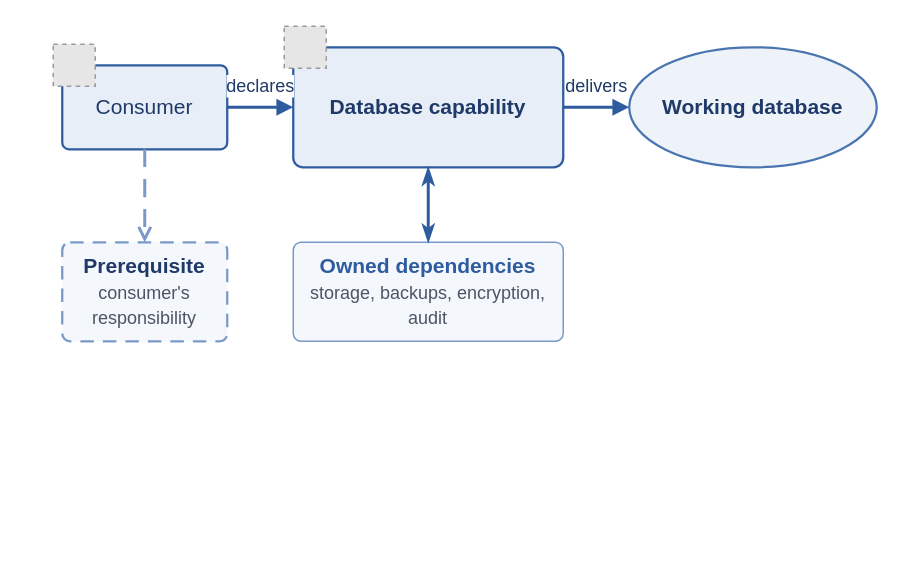
This is diagrams/factor-3-encapsulated-dependencies.drawio from missBerg/platform-capabilities, a draw.io file, before an edit. Source tidied: cells renumbered, new cells numbered last; positions are measured from the earlier drawing's top-left corner, leaving out a move shared by most shapes. Both pictures are drawn from the tidied source at 150%, with x=0, y=0 at pixel (52, 26). Pictures stored in the file or linked from it are replaced by grey dashed boxes.
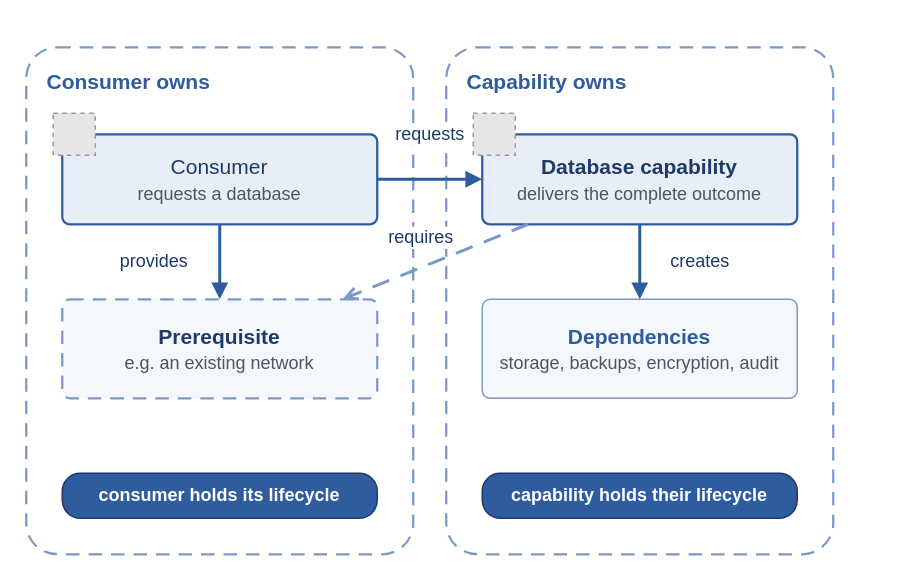
The same diagram, later.

Change to the diagram source:
```diff
@@
 <mxGraphModel>
   <root>
     <mxCell id="0" />
     <mxCell id="1" parent="0" />
+    <mxCell id="13" value="&lt;b&gt;Consumer owns&lt;/b&gt;" style="rounded=1;whiteSpace=wrap;html=1;arcSize=8;fillColor=none;strokeColor=#7A99C7;strokeWidth=1.5;fontColor=#2E5C9E;fontFamily=Helvetica;fontSize=14;align=left;verticalAlign=top;dashed=1;dashPattern=6 4;spacingLeft=12;spacingTop=8;shadow=0;" parent="1" vertex="1">
+      <mxGeometry x="-18" y="14" width="258" height="338" as="geometry" />
+    </mxCell>
+    <mxCell id="14" value="&lt;b&gt;Capability owns&lt;/b&gt;" style="rounded=1;whiteSpace=wrap;html=1;arcSize=8;fillColor=none;strokeColor=#7A99C7;strokeWidth=1.5;fontColor=#2E5C9E;fontFamily=Helvetica;fontSize=14;align=left;verticalAlign=top;dashed=1;dashPattern=6 4;spacingLeft=12;spacingTop=8;shadow=0;" parent="1" vertex="1">
+      <mxGeometry x="262" y="14" width="258" height="338" as="geometry" />
+    </mxCell>
-    <mxCell id="2" value="Consumer" style="rounded=1;whiteSpace=wrap;html=1;arcSize=8;fillColor=#E8EEF7;strokeColor=#2E5C9E;strokeWidth=1.5;fontColor=#1F3A68;fontFamily=Helvetica;fontSize=14;align=center;verticalAlign=middle;shadow=0;" parent="1" vertex="1">
-      <mxGeometry x="6" y="26" width="110" height="56" as="geometry" />
+    <mxCell id="2" value="Consumer&lt;br&gt;&lt;font style=&quot;font-size: 12px&quot; color=&quot;#4B5563&quot;&gt;requests a database&lt;/font&gt;" style="rounded=1;whiteSpace=wrap;html=1;arcSize=8;fillColor=#E8EEF7;strokeColor=#2E5C9E;strokeWidth=1.5;fontColor=#1F3A68;fontFamily=Helvetica;fontSize=14;align=center;verticalAlign=middle;shadow=0;" parent="1" vertex="1">
+      <mxGeometry x="6" y="72" width="210" height="60" as="geometry" />
     </mxCell>
     <mxCell id="3" style="fillColor=#E6E6E6;strokeColor=#999999;dashed=1;verticalLabelPosition=bottom;verticalAlign=top;align=center;fontFamily=Helvetica;fontSize=14;fontColor=#1F3A68;" parent="1" vertex="1">
-      <mxGeometry y="12" width="28" height="28" as="geometry" />
+      <mxGeometry y="58" width="28" height="28" as="geometry" />
     </mxCell>
-    <mxCell id="4" value="&lt;b&gt;Database capability&lt;/b&gt;" style="rounded=1;whiteSpace=wrap;html=1;arcSize=8;fillColor=#E8EEF7;strokeColor=#2E5C9E;strokeWidth=1.5;fontColor=#1F3A68;fontFamily=Helvetica;fontSize=14;align=center;verticalAlign=middle;shadow=0;" parent="1" vertex="1">
-      <mxGeometry x="160" y="14" width="180" height="80" as="geometry" />
+    <mxCell id="4" value="&lt;b&gt;Database capability&lt;/b&gt;&lt;br&gt;&lt;font style=&quot;font-size: 12px&quot; color=&quot;#4B5563&quot;&gt;delivers the complete outcome&lt;/font&gt;" style="rounded=1;whiteSpace=wrap;html=1;arcSize=8;fillColor=#E8EEF7;strokeColor=#2E5C9E;strokeWidth=1.5;fontColor=#1F3A68;fontFamily=Helvetica;fontSize=14;align=center;verticalAlign=middle;shadow=0;" parent="1" vertex="1">
+      <mxGeometry x="286" y="72" width="210" height="60" as="geometry" />
     </mxCell>
     <mxCell id="5" style="fillColor=#E6E6E6;strokeColor=#999999;dashed=1;verticalLabelPosition=bottom;verticalAlign=top;align=center;fontFamily=Helvetica;fontSize=14;fontColor=#1F3A68;" parent="1" vertex="1">
-      <mxGeometry x="154" width="28" height="28" as="geometry" />
+      <mxGeometry x="280" y="58" width="28" height="28" as="geometry" />
     </mxCell>
-    <mxCell id="6" value="&lt;b&gt;Working database&lt;/b&gt;" style="ellipse;whiteSpace=wrap;html=1;fillColor=#EEF3F9;strokeColor=#4A75B1;strokeWidth=1.5;fontColor=#1F3A68;fontFamily=Helvetica;fontSize=14;align=center;verticalAlign=middle;shadow=0;" parent="1" vertex="1">
-      <mxGeometry x="384" y="14" width="165" height="80" as="geometry" />
-    </mxCell>
-    <mxCell id="7" value="&lt;b&gt;Prerequisite&lt;/b&gt;&lt;br&gt;&lt;font style=&quot;font-size: 12px&quot; color=&quot;#4B5563&quot;&gt;consumer&amp;#x27;s responsibility&lt;/font&gt;" style="rounded=1;whiteSpace=wrap;html=1;arcSize=8;fillColor=#F4F7FC;strokeColor=#7A99C7;strokeWidth=1.5;dashed=1;dashPattern=6 4;fontColor=#1F3A68;fontFamily=Helvetica;fontSize=14;align=center;verticalAlign=middle;shadow=0;" parent="1" vertex="1">
-      <mxGeometry x="6" y="144" width="110" height="66" as="geometry" />
+    <mxCell id="7" value="&lt;b&gt;Prerequisite&lt;/b&gt;&lt;br&gt;&lt;font style=&quot;font-size: 12px&quot; color=&quot;#4B5563&quot;&gt;e.g. an existing network&lt;/font&gt;" style="rounded=1;whiteSpace=wrap;html=1;arcSize=8;fillColor=#F4F7FC;strokeColor=#7A99C7;strokeWidth=1.5;dashed=1;dashPattern=6 4;fontColor=#1F3A68;fontFamily=Helvetica;fontSize=14;align=center;verticalAlign=middle;shadow=0;" parent="1" vertex="1">
+      <mxGeometry x="6" y="182" width="210" height="66" as="geometry" />
     </mxCell>
-    <mxCell id="8" value="&lt;b&gt;Owned dependencies&lt;/b&gt;&lt;br&gt;&lt;font style=&quot;font-size: 12px&quot; color=&quot;#4B5563&quot;&gt;storage, backups, encryption, audit&lt;/font&gt;" style="rounded=1;whiteSpace=wrap;html=1;arcSize=8;fillColor=#F4F7FC;strokeColor=#7A99C7;strokeWidth=1;fontColor=#2E5C9E;fontFamily=Helvetica;fontSize=14;align=center;verticalAlign=middle;shadow=0;" parent="1" vertex="1">
-      <mxGeometry x="160" y="144" width="180" height="66" as="geometry" />
-    </mxCell>
+    <mxCell id="15" value="&lt;b&gt;Dependencies&lt;/b&gt;&lt;br&gt;&lt;font style=&quot;font-size: 12px&quot; color=&quot;#4B5563&quot;&gt;storage, backups, encryption, audit&lt;/font&gt;" style="rounded=1;whiteSpace=wrap;html=1;arcSize=8;fillColor=#F4F7FC;strokeColor=#7A99C7;strokeWidth=1;fontColor=#2E5C9E;fontFamily=Helvetica;fontSize=14;align=center;verticalAlign=middle;shadow=0;" parent="1" vertex="1">
+      <mxGeometry x="286" y="182" width="210" height="66" as="geometry" />
+    </mxCell>
+    <mxCell id="16" value="consumer holds its lifecycle" style="rounded=1;whiteSpace=wrap;html=1;arcSize=40;fillColor=#2E5C9E;strokeColor=#1F3A68;strokeWidth=1;fontColor=#FFFFFF;fontFamily=Helvetica;fontSize=12;fontStyle=1;align=center;verticalAlign=middle;shadow=0;" parent="1" vertex="1">
+      <mxGeometry x="6" y="298" width="210" height="30" as="geometry" />
+    </mxCell>
+    <mxCell id="17" value="capability holds their lifecycle" style="rounded=1;whiteSpace=wrap;html=1;arcSize=40;fillColor=#2E5C9E;strokeColor=#1F3A68;strokeWidth=1;fontColor=#FFFFFF;fontFamily=Helvetica;fontSize=12;fontStyle=1;align=center;verticalAlign=middle;shadow=0;" parent="1" vertex="1">
+      <mxGeometry x="286" y="298" width="210" height="30" as="geometry" />
+    </mxCell>
-    <mxCell id="9" value="declares" style="edgeStyle=orthogonalEdgeStyle;endArrow=block;html=1;rounded=0;strokeColor=#2E5C9E;strokeWidth=2;fontColor=#1F3A68;fontFamily=Helvetica;fontSize=12;endFill=1;curved=1;" parent="1" edge="1" source="2" target="4">
+    <mxCell id="9" value="requests" style="edgeStyle=orthogonalEdgeStyle;endArrow=block;html=1;rounded=0;strokeColor=#2E5C9E;strokeWidth=2;fontColor=#1F3A68;fontFamily=Helvetica;fontSize=12;endFill=1;curved=1;" parent="1" edge="1" source="2" target="4">
       <mxGeometry relative="1" as="geometry">
-        <mxPoint y="-14" as="offset" />
+        <mxPoint y="-30" as="offset" />
       </mxGeometry>
     </mxCell>
-    <mxCell id="10" value="delivers" style="edgeStyle=orthogonalEdgeStyle;endArrow=block;html=1;rounded=0;strokeColor=#2E5C9E;strokeWidth=2;fontColor=#1F3A68;fontFamily=Helvetica;fontSize=12;endFill=1;curved=1;" parent="1" edge="1" source="4" target="6">
+    <mxCell id="10" value="provides" style="edgeStyle=orthogonalEdgeStyle;endArrow=block;html=1;rounded=0;strokeColor=#2E5C9E;strokeWidth=2;fontColor=#1F3A68;fontFamily=Helvetica;fontSize=12;endFill=1;curved=1;exitX=0.5;exitY=1;exitDx=0;exitDy=0;entryX=0.5;entryY=0;entryDx=0;entryDy=0;" parent="1" edge="1" source="2" target="7">
       <mxGeometry relative="1" as="geometry">
-        <mxPoint y="-14" as="offset" />
+        <mxPoint x="-44" as="offset" />
       </mxGeometry>
     </mxCell>
-    <mxCell id="11" style="edgeStyle=orthogonalEdgeStyle;endArrow=open;html=1;rounded=0;strokeColor=#7A99C7;strokeWidth=2;dashed=1;dashPattern=6 4;fontColor=#1F3A68;fontFamily=Helvetica;fontSize=12;curved=1;exitX=0.5;exitY=1;exitDx=0;exitDy=0;entryX=0.5;entryY=0;entryDx=0;entryDy=0;" parent="1" edge="1" source="2" target="7">
-      <mxGeometry relative="1" as="geometry" />
+    <mxCell id="11" value="creates" style="edgeStyle=orthogonalEdgeStyle;endArrow=block;html=1;rounded=0;strokeColor=#2E5C9E;strokeWidth=2;fontColor=#1F3A68;fontFamily=Helvetica;fontSize=12;endFill=1;curved=1;exitX=0.5;exitY=1;exitDx=0;exitDy=0;entryX=0.5;entryY=0;entryDx=0;entryDy=0;" parent="1" edge="1" source="4" target="15">
+      <mxGeometry relative="1" as="geometry">
+        <mxPoint x="40" as="offset" />
+      </mxGeometry>
     </mxCell>
-    <mxCell id="12" style="edgeStyle=orthogonalEdgeStyle;endArrow=classicThin;startArrow=classicThin;html=1;curved=1;rounded=0;strokeColor=#2E5C9E;strokeWidth=2;fontColor=#1F3A68;fontFamily=Helvetica;fontSize=12;curved=1;exitX=0.5;exitY=1;exitDx=0;exitDy=0;entryX=0.5;entryY=0;entryDx=0;entryDy=0;" parent="1" edge="1" source="4" target="8">
-      <mxGeometry relative="1" as="geometry" />
+    <mxCell id="12" value="requires" style="endArrow=open;html=1;rounded=0;strokeColor=#7A99C7;strokeWidth=2;dashed=1;dashPattern=6 4;fontColor=#1F3A68;fontFamily=Helvetica;fontSize=12;curved=1;" parent="1" edge="1" source="4" target="7">
+      <mxGeometry x="0.15" relative="1" as="geometry">
+        <mxPoint y="-20" as="offset" />
+      </mxGeometry>
     </mxCell>
   </root>
 </mxGraphModel>
```
